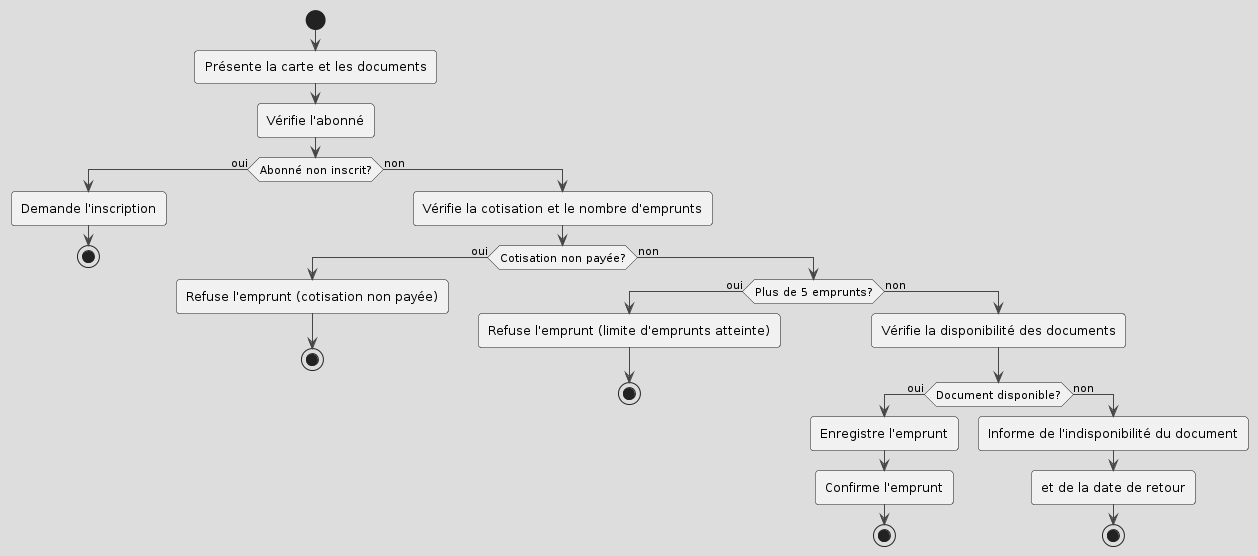
clemence95/CDA24178 keeps this PlantUML diagram as asset/diagramme_activite.png. Above is the earlier version.
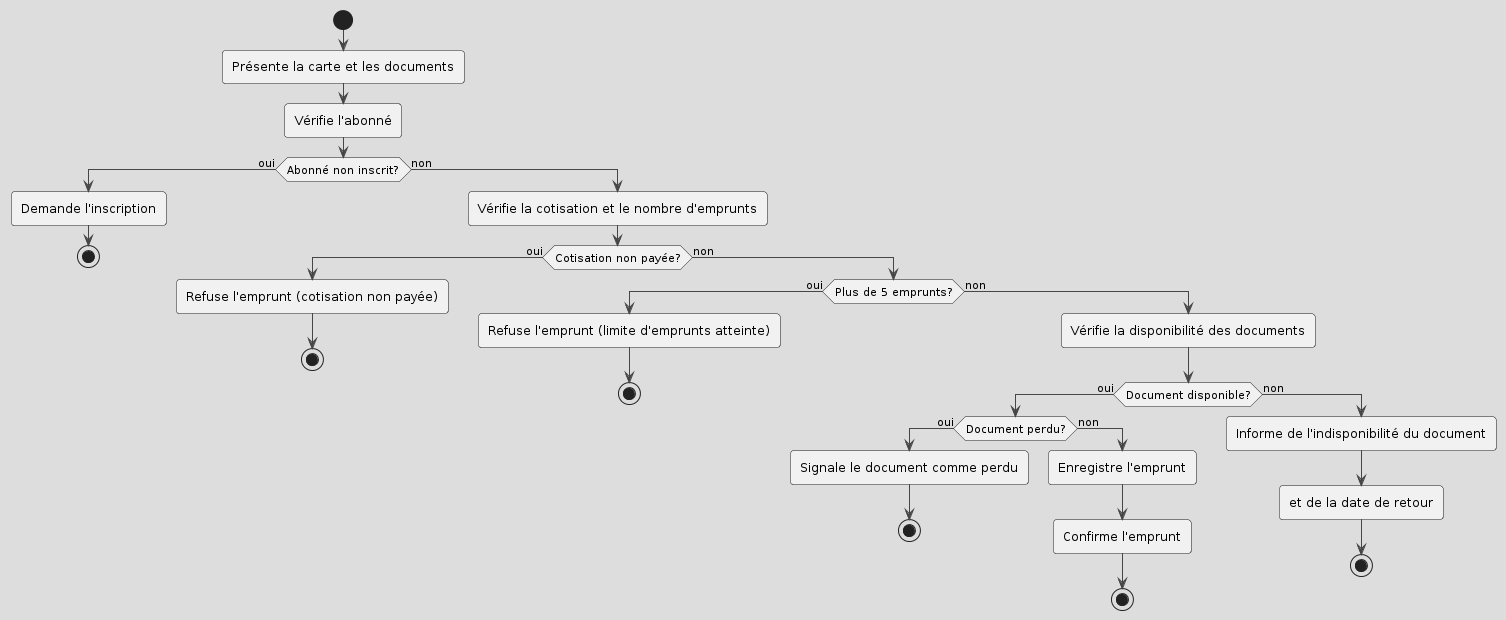
Later version of the same file.

Change to the diagram source:
```diff
@@ -19,9 +19,14 @@
     else (non)
       :Vérifie la disponibilité des documents;
       if (Document disponible?) then (oui)
-        :Enregistre l'emprunt;
-        :Confirme l'emprunt;
-        stop
+        if (Document perdu?) then (oui)
+          :Signale le document comme perdu;
+          stop
+        else (non)
+          :Enregistre l'emprunt;
+          :Confirme l'emprunt;
+          stop
+        endif
       else (non)
         :Informe de l'indisponibilité du document;
         :et de la date de retour;
```
